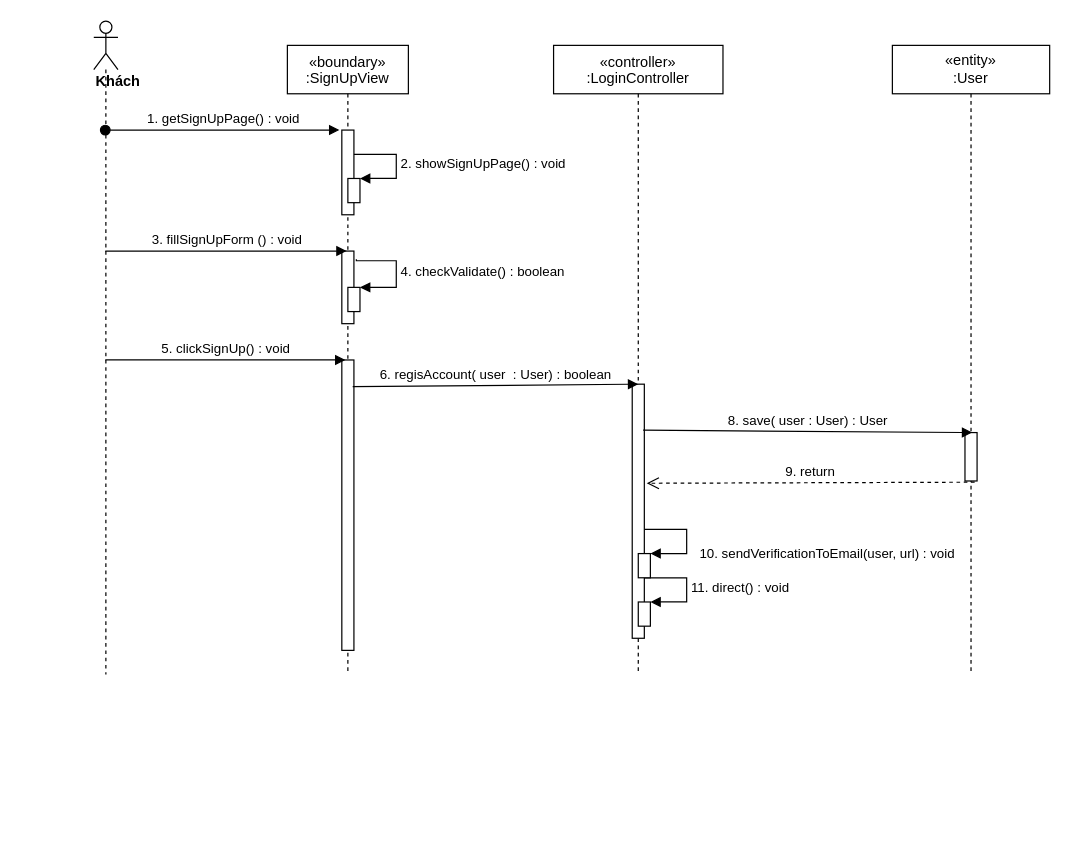
Before: sequence diagram/register-sequence-diagram.drawio in nguyenphamvan/datn_20202, a draw.io diagram. Source tidied: cells renumbered, new cells numbered last; positions are measured from the earlier drawing's top-left corner, leaving out a move shared by most shapes. Both pictures are drawn from the tidied source at 121%, with x=0, y=0 at pixel (93, 21).
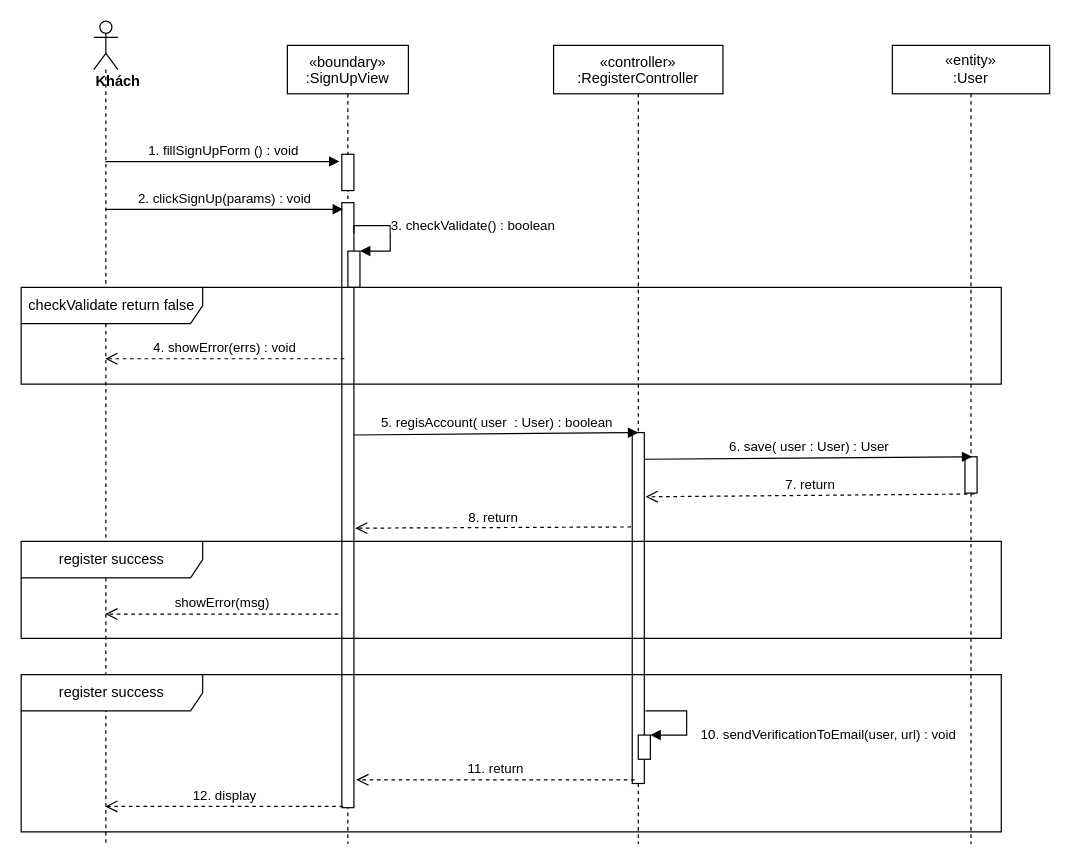
After the change.

Diff of the diagram source:
```diff
@@
     <mxCell id="2" value="«boundary»&#10;:SignUpView" style="shape=umlLifeline;perimeter=lifelinePerimeter;rounded=0;shadow=0;strokeWidth=1;" parent="1" vertex="1">
-      <mxGeometry x="160" y="20" width="100" height="520" as="geometry" />
+      <mxGeometry x="160" y="20" width="100" height="660" as="geometry" />
     </mxCell>
-    <mxCell id="3" style="points=[];perimeter=orthogonalPerimeter;rounded=0;shadow=0;strokeWidth=1;" parent="2" vertex="1">
-      <mxGeometry x="45" y="70" width="10" height="70" as="geometry" />
-    </mxCell>
-    <mxCell id="4" style="points=[];perimeter=orthogonalPerimeter;rounded=0;shadow=0;strokeWidth=1;" parent="2" vertex="1">
-      <mxGeometry x="45" y="170" width="10" height="60" as="geometry" />
-    </mxCell>
-    <mxCell id="5" style="html=1;points=[];perimeter=orthogonalPerimeter;" parent="2" vertex="1">
-      <mxGeometry x="50" y="110" width="10" height="20" as="geometry" />
-    </mxCell>
-    <mxCell id="6" value="2. showSignUpPage() : void" style="edgeStyle=orthogonalEdgeStyle;html=1;align=left;spacingLeft=2;endArrow=block;rounded=0;entryX=1;entryY=0;" parent="2" edge="1" source="3" target="5">
-      <mxGeometry relative="1" as="geometry">
-        <Array as="points">
-          <mxPoint x="90" y="90" />
-          <mxPoint x="90" y="110" />
-        </Array>
-      </mxGeometry>
-    </mxCell>
-    <mxCell id="7" style="html=1;points=[];perimeter=orthogonalPerimeter;" parent="2" vertex="1">
-      <mxGeometry x="50" y="200" width="10" height="20" as="geometry" />
-    </mxCell>
-    <mxCell id="8" value="4. checkValidate() : boolean" style="edgeStyle=orthogonalEdgeStyle;html=1;align=left;spacingLeft=2;endArrow=block;rounded=0;exitX=1.2;exitY=0.114;exitDx=0;exitDy=0;exitPerimeter=0;" parent="2" edge="1" source="4" target="7">
-      <mxGeometry relative="1" as="geometry">
-        <Array as="points">
-          <mxPoint x="57" y="178" />
-          <mxPoint x="90" y="178" />
-          <mxPoint x="90" y="200" />
-        </Array>
-      </mxGeometry>
-    </mxCell>
     <mxCell id="9" style="html=1;points=[];perimeter=orthogonalPerimeter;" parent="2" vertex="1">
-      <mxGeometry x="45" y="260" width="10" height="240" as="geometry" />
+      <mxGeometry x="45" y="130" width="10" height="500" as="geometry" />
     </mxCell>
-    <mxCell id="10" value="«controller»&#10;:LoginController" style="shape=umlLifeline;perimeter=lifelinePerimeter;rounded=0;shadow=0;strokeWidth=1;" parent="1" vertex="1">
-      <mxGeometry x="380" y="20" width="140" height="520" as="geometry" />
+    <mxCell id="10" value="«controller»&#10;:RegisterController" style="shape=umlLifeline;perimeter=lifelinePerimeter;rounded=0;shadow=0;strokeWidth=1;" parent="1" vertex="1">
+      <mxGeometry x="380" y="20" width="140" height="660" as="geometry" />
     </mxCell>
     <mxCell id="11" style="points=[];perimeter=orthogonalPerimeter;rounded=0;shadow=0;strokeWidth=1;" parent="10" vertex="1">
-      <mxGeometry x="65" y="280" width="10" height="210" as="geometry" />
+      <mxGeometry x="65" y="320" width="10" height="290" as="geometry" />
     </mxCell>
-    <mxCell id="12" style="html=1;points=[];perimeter=orthogonalPerimeter;" parent="10" vertex="1">
-      <mxGeometry x="70" y="460" width="10" height="20" as="geometry" />
-    </mxCell>
-    <mxCell id="13" value="11. direct() : void" style="edgeStyle=orthogonalEdgeStyle;html=1;align=left;spacingLeft=2;endArrow=block;rounded=0;entryX=1;entryY=0;" parent="10" edge="1" source="11" target="12">
-      <mxGeometry relative="1" as="geometry">
-        <Array as="points">
-          <mxPoint x="110" y="440" />
-          <mxPoint x="110" y="460" />
-        </Array>
-      </mxGeometry>
-    </mxCell>
     <mxCell id="14" value="&lt;div&gt;&lt;b&gt;Khách&lt;/b&gt;&lt;/div&gt;" style="shape=umlLifeline;participant=umlActor;perimeter=lifelinePerimeter;whiteSpace=wrap;html=1;verticalAlign=top;spacingTop=36;outlineConnect=0;align=left;" parent="1" vertex="1">
-      <mxGeometry width="20" height="540" as="geometry" />
+      <mxGeometry width="20" height="680" as="geometry" />
     </mxCell>
-    <mxCell id="15" value="1. getSignUpPage() : void" style="html=1;verticalAlign=bottom;startArrow=oval;startFill=1;endArrow=block;startSize=8;entryX=-0.2;entryY=0;entryDx=0;entryDy=0;entryPerimeter=0;" parent="1" edge="1" source="14" target="3">
-      <mxGeometry relative="1" as="geometry" />
-    </mxCell>
-    <mxCell id="16" value="3. fillSignUpForm () : void" style="html=1;verticalAlign=bottom;endArrow=block;entryX=0.4;entryY=0;entryDx=0;entryDy=0;entryPerimeter=0;" parent="1" edge="1" source="14" target="4">
+    <mxCell id="16" value="1. fillSignUpForm () : void" style="html=1;verticalAlign=bottom;endArrow=block;entryX=-0.2;entryY=0.2;entryDx=0;entryDy=0;entryPerimeter=0;" parent="1" edge="1" source="14" target="28">
       <mxGeometry relative="1" as="geometry" />
     </mxCell>
-    <mxCell id="17" value="5. clickSignUp() : void" style="html=1;verticalAlign=bottom;endArrow=block;entryX=0.3;entryY=0;entryDx=0;entryDy=0;entryPerimeter=0;" parent="1" edge="1" source="14" target="9">
+    <mxCell id="17" value="2. clickSignUp(params) : void" style="html=1;verticalAlign=bottom;endArrow=block;entryX=0.1;entryY=0.011;entryDx=0;entryDy=0;entryPerimeter=0;" parent="1" edge="1" source="14" target="9">
       <mxGeometry relative="1" as="geometry" />
     </mxCell>
-    <mxCell id="18" value="6. regisAccount( user&amp;nbsp; : User) : boolean" style="html=1;verticalAlign=bottom;endArrow=block;entryX=0.5;entryY=0;entryDx=0;entryDy=0;entryPerimeter=0;exitX=0.9;exitY=0.092;exitDx=0;exitDy=0;exitPerimeter=0;" parent="1" edge="1" source="9" target="11">
+    <mxCell id="18" value="5. regisAccount( user&amp;nbsp; : User) : boolean" style="html=1;verticalAlign=bottom;endArrow=block;entryX=0.5;entryY=0;entryDx=0;entryDy=0;entryPerimeter=0;startArrow=none;exitX=1;exitY=0.384;exitDx=0;exitDy=0;exitPerimeter=0;" parent="1" edge="1" source="9" target="11">
       <mxGeometry relative="1" as="geometry" />
     </mxCell>
     <mxCell id="19" value="&lt;span&gt;«entity»&lt;br&gt;&lt;/span&gt;:User" style="shape=umlLifeline;perimeter=lifelinePerimeter;whiteSpace=wrap;html=1;" parent="1" vertex="1">
-      <mxGeometry x="660" y="20" width="130" height="520" as="geometry" />
+      <mxGeometry x="660" y="20" width="130" height="660" as="geometry" />
     </mxCell>
     <mxCell id="20" style="points=[];perimeter=orthogonalPerimeter;rounded=0;shadow=0;strokeWidth=1;" parent="19" vertex="1">
-      <mxGeometry x="60" y="320" width="10" height="40" as="geometry" />
+      <mxGeometry x="60" y="340" width="10" height="30" as="geometry" />
     </mxCell>
-    <mxCell id="21" value="8. save( user : User) : User" style="html=1;verticalAlign=bottom;endArrow=block;entryX=0.6;entryY=0;entryDx=0;entryDy=0;entryPerimeter=0;exitX=0.9;exitY=0.181;exitDx=0;exitDy=0;exitPerimeter=0;" parent="1" edge="1" source="11" target="20">
+    <mxCell id="21" value="6. save( user : User) : User" style="html=1;verticalAlign=bottom;endArrow=block;entryX=0.6;entryY=0;entryDx=0;entryDy=0;entryPerimeter=0;exitX=1;exitY=0.076;exitDx=0;exitDy=0;exitPerimeter=0;" parent="1" edge="1" source="11" target="20">
       <mxGeometry relative="1" as="geometry" />
     </mxCell>
-    <mxCell id="22" value="9. return" style="html=1;verticalAlign=bottom;endArrow=open;dashed=1;endSize=8;exitX=0.8;exitY=1.025;exitDx=0;exitDy=0;exitPerimeter=0;entryX=1.2;entryY=0.39;entryDx=0;entryDy=0;entryPerimeter=0;" parent="1" edge="1" source="20" target="11">
+    <mxCell id="22" value="7. return" style="html=1;verticalAlign=bottom;endArrow=open;dashed=1;endSize=8;exitX=0.8;exitY=1.025;exitDx=0;exitDy=0;exitPerimeter=0;entryX=1.1;entryY=0.183;entryDx=0;entryDy=0;entryPerimeter=0;" parent="1" edge="1" source="20" target="11">
       <mxGeometry relative="1" as="geometry" />
     </mxCell>
     <mxCell id="23" style="html=1;points=[];perimeter=orthogonalPerimeter;" parent="1" vertex="1">
-      <mxGeometry x="450" y="440" width="10" height="20" as="geometry" />
+      <mxGeometry x="450" y="590" width="10" height="20" as="geometry" />
     </mxCell>
     <mxCell id="24" value="10. sendVerificationToEmail(user, url) : void" style="edgeStyle=orthogonalEdgeStyle;html=1;align=left;spacingLeft=2;endArrow=block;rounded=0;entryX=1;entryY=0;" parent="1" edge="1" target="23">
       <mxGeometry x="0.37" y="-10" relative="1" as="geometry">
-        <mxPoint x="455" y="420" as="sourcePoint" />
+        <mxPoint x="460" y="570" as="sourcePoint" />
         <Array as="points">
-          <mxPoint x="455" y="420" />
-          <mxPoint x="490" y="420" />
-          <mxPoint x="490" y="440" />
+          <mxPoint x="456" y="570" />
+          <mxPoint x="490" y="570" />
+          <mxPoint x="490" y="590" />
         </Array>
         <mxPoint x="10" y="10" as="offset" />
       </mxGeometry>
     </mxCell>
+    <mxCell id="25" value="4. showError(errs) : void" style="html=1;verticalAlign=bottom;endArrow=open;dashed=1;endSize=8;exitX=0.2;exitY=0.258;exitDx=0;exitDy=0;exitPerimeter=0;" parent="1" edge="1" source="9" target="14">
+      <mxGeometry relative="1" as="geometry" />
+    </mxCell>
+    <mxCell id="26" style="html=1;points=[];perimeter=orthogonalPerimeter;" parent="1" vertex="1">
+      <mxGeometry x="210" y="190" width="10" height="30" as="geometry" />
+    </mxCell>
+    <mxCell id="27" value="3. checkValidate() : boolean" style="edgeStyle=orthogonalEdgeStyle;html=1;align=left;spacingLeft=2;endArrow=block;rounded=0;entryX=1;entryY=0;exitX=1;exitY=0.051;exitDx=0;exitDy=0;exitPerimeter=0;" parent="1" edge="1" source="9" target="26">
+      <mxGeometry x="-0.2" relative="1" as="geometry">
+        <Array as="points">
+          <mxPoint x="245" y="169" />
+          <mxPoint x="245" y="190" />
+        </Array>
+      </mxGeometry>
+    </mxCell>
+    <mxCell id="28" style="html=1;points=[];perimeter=orthogonalPerimeter;" parent="1" vertex="1">
+      <mxGeometry x="205" y="110" width="10" height="30" as="geometry" />
+    </mxCell>
+    <mxCell id="29" value="checkValidate return false" style="shape=umlFrame;whiteSpace=wrap;html=1;width=150;height=30;" parent="1" vertex="1">
+      <mxGeometry x="-60" y="220" width="810" height="80" as="geometry" />
+    </mxCell>
+    <mxCell id="30" value="register success" style="shape=umlFrame;whiteSpace=wrap;html=1;width=150;height=30;" parent="1" vertex="1">
+      <mxGeometry x="-60" y="430" width="810" height="80" as="geometry" />
+    </mxCell>
+    <mxCell id="31" value="showError(msg)" style="html=1;verticalAlign=bottom;endArrow=open;dashed=1;endSize=8;exitX=-0.3;exitY=0.68;exitDx=0;exitDy=0;exitPerimeter=0;" parent="1" edge="1" source="9" target="14">
+      <mxGeometry relative="1" as="geometry" />
+    </mxCell>
+    <mxCell id="32" value="8. return" style="html=1;verticalAlign=bottom;endArrow=open;dashed=1;endSize=8;entryX=1.1;entryY=0.538;entryDx=0;entryDy=0;entryPerimeter=0;exitX=-0.1;exitY=0.269;exitDx=0;exitDy=0;exitPerimeter=0;" parent="1" edge="1" source="11" target="9">
+      <mxGeometry relative="1" as="geometry" />
+    </mxCell>
+    <mxCell id="33" value="register success" style="shape=umlFrame;whiteSpace=wrap;html=1;width=150;height=30;" parent="1" vertex="1">
+      <mxGeometry x="-60" y="540" width="810" height="130" as="geometry" />
+    </mxCell>
+    <mxCell id="34" value="11. return" style="html=1;verticalAlign=bottom;endArrow=open;dashed=1;endSize=8;entryX=1.2;entryY=0.954;entryDx=0;entryDy=0;entryPerimeter=0;exitX=0.2;exitY=0.99;exitDx=0;exitDy=0;exitPerimeter=0;" parent="1" edge="1" source="11" target="9">
+      <mxGeometry relative="1" as="geometry" />
+    </mxCell>
+    <mxCell id="35" value="12. display" style="html=1;verticalAlign=bottom;endArrow=open;dashed=1;endSize=8;exitX=0.1;exitY=0.998;exitDx=0;exitDy=0;exitPerimeter=0;" parent="1" edge="1" source="9" target="14">
+      <mxGeometry relative="1" as="geometry" />
+    </mxCell>
```
